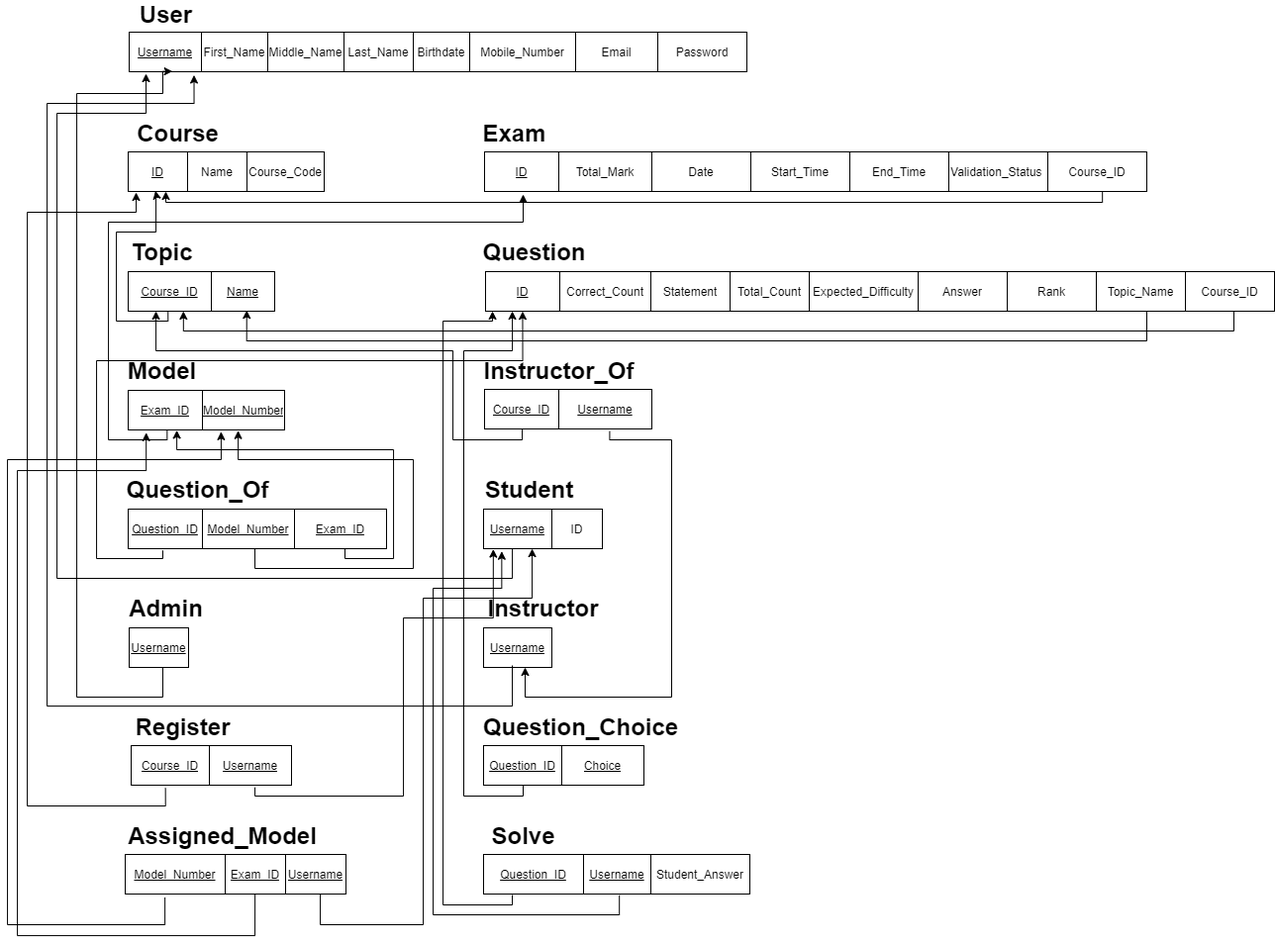
Earlier version of the draw.io export Database Design/schema.png (aymanred121/Examination-Management-System). Source tidied: cells renumbered, new cells last; positions are measured from the earlier drawing's top-left corner, leaving out a move shared by most shapes.
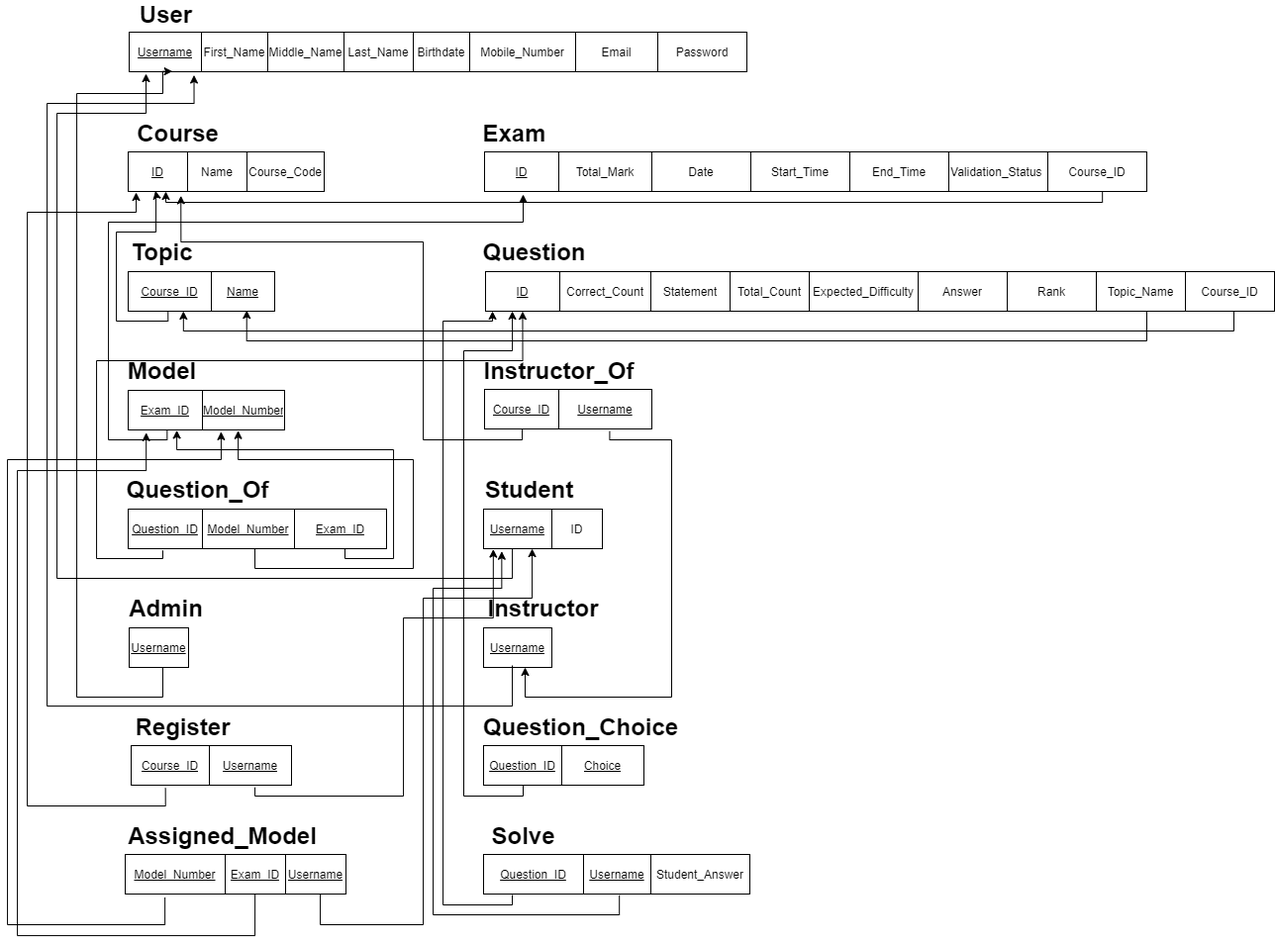
Later version of the same file.

The edit, as a diff of the source:
```diff
@@ -286,13 +286,13 @@
         </Array>
       </mxGeometry>
     </mxCell>
-    <mxCell id="85" style="edgeStyle=orthogonalEdgeStyle;rounded=0;jettySize=auto;html=1;exitX=0.225;exitY=1.015;exitDx=0;exitDy=0;exitPerimeter=0;" parent="1" edge="1" source="46" target="63">
+    <mxCell id="85" style="edgeStyle=orthogonalEdgeStyle;rounded=0;jettySize=auto;html=1;exitX=0.225;exitY=1.015;exitDx=0;exitDy=0;exitPerimeter=0;entryX=0.269;entryY=1.109;entryDx=0;entryDy=0;entryPerimeter=0;" parent="1" edge="1" source="46" target="70">
       <mxGeometry relative="1" as="geometry">
         <Array as="points">
           <mxPoint x="520" y="440" />
-          <mxPoint x="450" y="440" />
-          <mxPoint x="450" y="350" />
-          <mxPoint x="150" y="350" />
+          <mxPoint x="420" y="440" />
+          <mxPoint x="420" y="240" />
+          <mxPoint x="175" y="240" />
         </Array>
       </mxGeometry>
     </mxCell>
```
